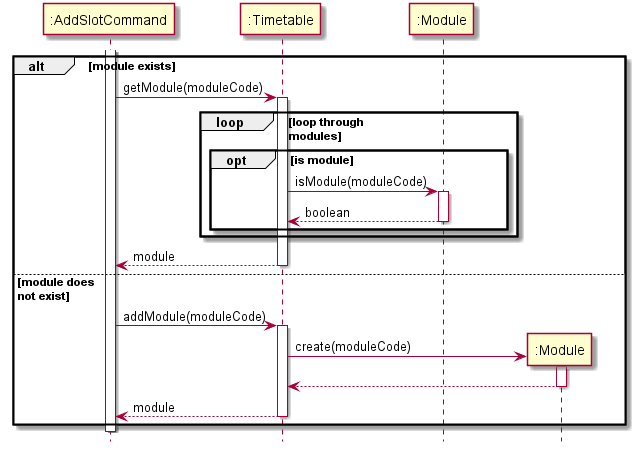
nus-cs2113-AY2021S1/tp keeps this PlantUML diagram as docs/diagrams/addSlotSequenceDiagram2.png. Above is the earlier version. Source of this version:
```plantuml
@startuml
hide footbox
skinparam ParticipantPadding 20


participant ":AddSlotCommand" as AddSlotCommand
participant ":Timetable" as Timetable
participant ":Module" as Module
participant ":Module" as ModuleNew

activate AddSlotCommand

alt module exists
    AddSlotCommand -> Timetable : getModule(moduleCode)
    activate Timetable

    loop loop through \nmodules

        opt is module
            Timetable -> Module : isModule(moduleCode)
            activate Module

            Module --> Timetable : boolean
            deactivate Module
        end opt

    end loop

    Timetable --> AddSlotCommand : module
    deactivate Timetable

else module does \nnot exist
    AddSlotCommand -> Timetable : addModule(moduleCode)
    activate Timetable

    Timetable -> ModuleNew ** : create(moduleCode)
    activate ModuleNew

    ModuleNew --> Timetable
    deactivate ModuleNew

    Timetable --> AddSlotCommand : module
    deactivate Timetable
end

deactivate AddSlotCommand

@enduml
```
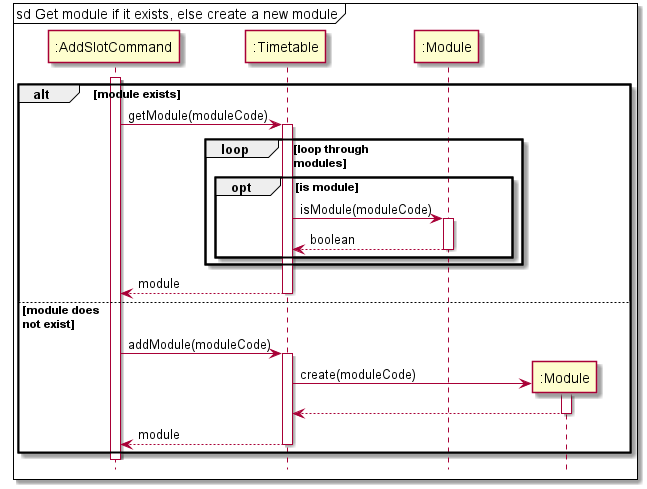
After the commit.

Change to the diagram source:
```diff
@@ -2,6 +2,7 @@
 hide footbox
 skinparam ParticipantPadding 20
 
+mainframe sd Get module if it exists, else create a new module
 
 participant ":AddSlotCommand" as AddSlotCommand
 participant ":Timetable" as Timetable
```
